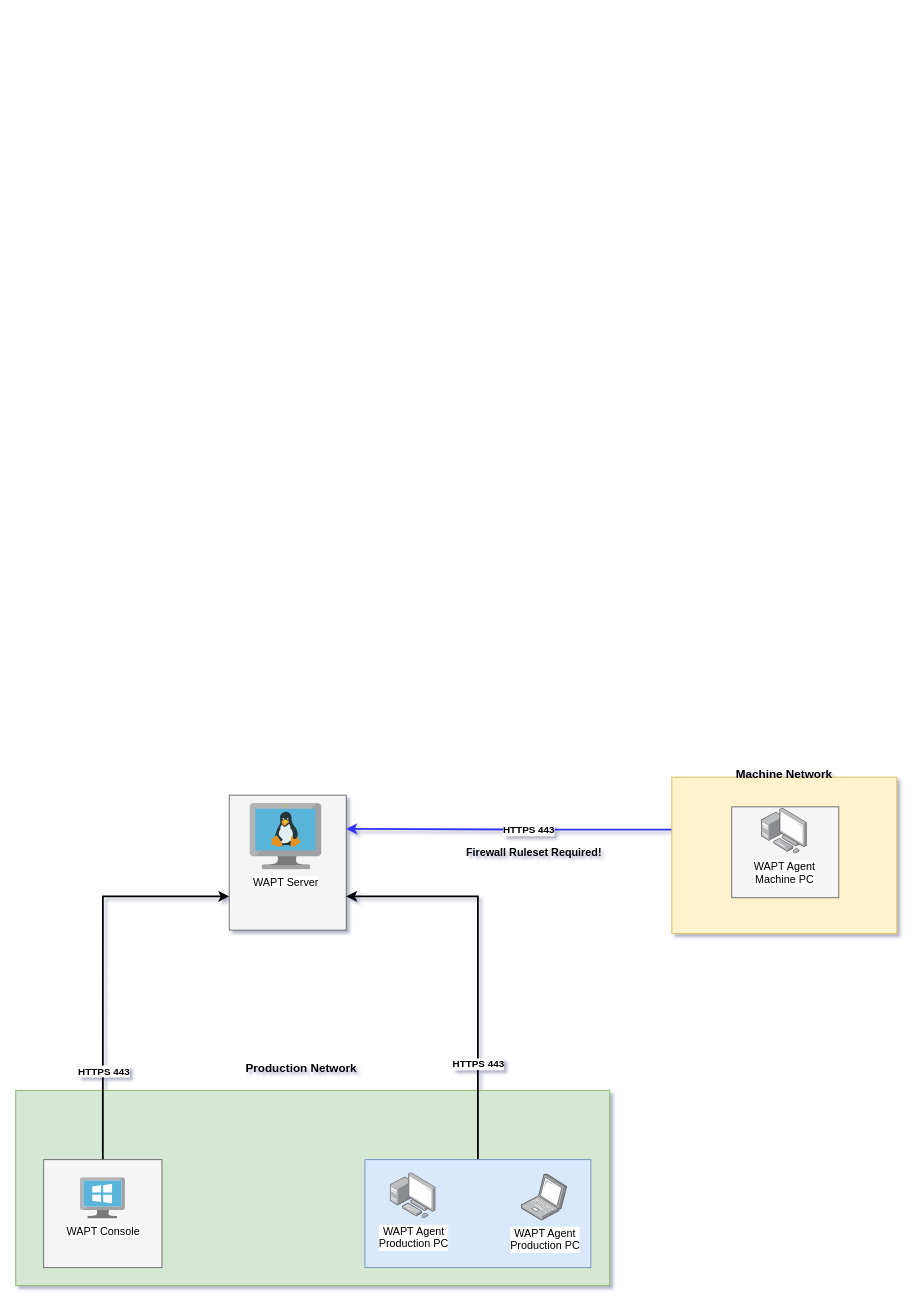
Earlier version of the draw.io diagram wapt console.drawio (iippam/proyek-01). Source tidied: cells renumbered, new cells numbered last; positions are measured from the earlier drawing's top-left corner, leaving out a move shared by most shapes. Both pictures are drawn from the tidied source at 90%, with x=0, y=0 at pixel (15, 760).
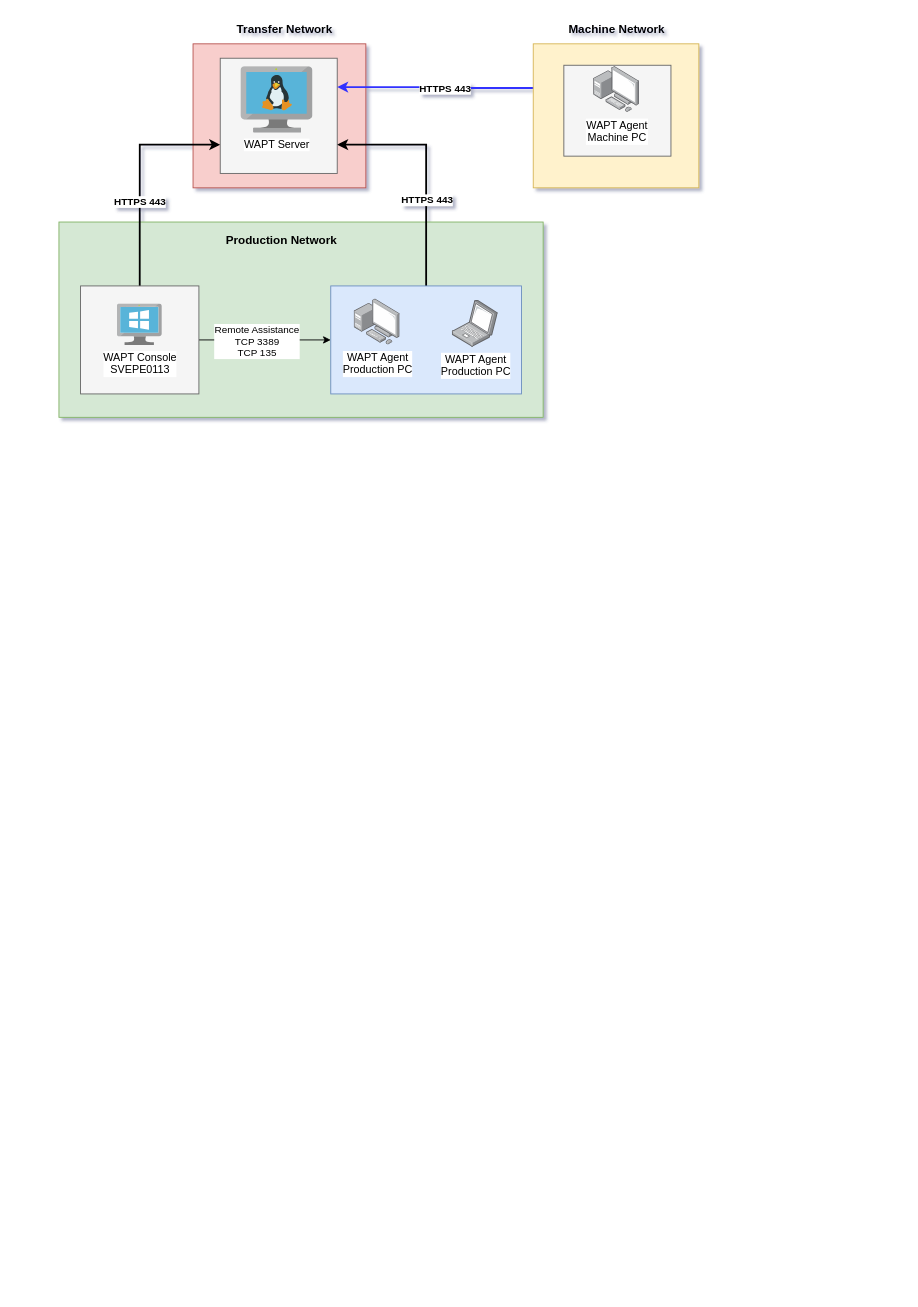
The same page after the edit.

Unchanged cells that the change refers to:
```xml
<mxCell id="3" style="edgeStyle=orthogonalEdgeStyle;rounded=0;jettySize=auto;html=1;exitX=0.5;exitY=0;exitDx=0;exitDy=0;entryX=0;entryY=0.75;entryDx=0;entryDy=0;strokeWidth=2;" parent="1" edge="1" source="5" target="6">
  <mxGeometry relative="1" as="geometry" />
</mxCell>
<mxCell id="10" style="edgeStyle=orthogonalEdgeStyle;rounded=0;jettySize=auto;html=1;exitX=0.5;exitY=0;exitDx=0;exitDy=0;entryX=1;entryY=0.75;entryDx=0;entryDy=0;strokeWidth=2;" parent="1" edge="1" source="12" target="6">
  <mxGeometry relative="1" as="geometry" />
</mxCell>
```

What changed in the source:
```diff
@@
+    <mxCell id="22" style="rounded=0;whiteSpace=wrap;html=1;fillColor=#f8cecc;strokeColor=#b85450;" parent="1" vertex="1">
+      <mxGeometry x="197" y="-795.8" width="192" height="160" as="geometry" />
+    </mxCell>
     <mxCell id="2" style="rounded=0;whiteSpace=wrap;html=1;fillColor=#d5e8d4;strokeColor=#82b366;" parent="1" vertex="1">
-      <mxGeometry y="367" width="660" height="217" as="geometry" />
+      <mxGeometry x="48" y="-597.8" width="538" height="217" as="geometry" />
     </mxCell>
@@
     <mxCell id="4" value="&lt;b&gt;HTTPS 443&lt;/b&gt;" style="edgeLabel;html=1;align=center;verticalAlign=middle;" parent="3" vertex="1">
       <mxGeometry x="-0.6" y="-2" relative="1" as="geometry">
-        <mxPoint x="-1" y="-12" as="offset" />
+        <mxPoint x="-2" y="-45" as="offset" />
       </mxGeometry>
     </mxCell>
+    <mxCell id="23" style="edgeStyle=orthogonalEdgeStyle;rounded=0;jettySize=auto;html=1;" parent="1" edge="1" source="5" target="12">
+      <mxGeometry relative="1" as="geometry" />
+    </mxCell>
+    <mxCell id="24" value="Remote Assistance&lt;div&gt;TCP 3389&lt;/div&gt;&lt;div&gt;TCP 135&lt;/div&gt;" style="edgeLabel;html=1;align=center;verticalAlign=middle;" parent="23" vertex="1">
+      <mxGeometry x="-0.12" y="-1" relative="1" as="geometry" />
+    </mxCell>
     <mxCell id="5" style="rounded=0;whiteSpace=wrap;html=1;fillColor=#f5f5f5;strokeColor=#666666;fontColor=#333333;" parent="1" vertex="1">
-      <mxGeometry x="31" y="444" width="131.5" height="120" as="geometry" />
+      <mxGeometry x="72" y="-526.8" width="131.5" height="120" as="geometry" />
     </mxCell>
     <mxCell id="6" style="rounded=0;whiteSpace=wrap;html=1;fillColor=#f5f5f5;strokeColor=#666666;fontColor=#333333;" parent="1" vertex="1">
-      <mxGeometry x="237.2" y="39" width="130" height="150" as="geometry" />
+      <mxGeometry x="227.2" y="-779.8" width="130" height="128" as="geometry" />
     </mxCell>
@@
     <mxCell id="9" style="rounded=0;whiteSpace=wrap;html=1;fillColor=#fff2cc;strokeColor=#d6b656;" parent="1" vertex="1">
-      <mxGeometry x="729" y="19" width="250" height="174" as="geometry" />
+      <mxGeometry x="575" y="-795.8" width="184" height="160" as="geometry" />
     </mxCell>
@@
     <mxCell id="11" value="&lt;b&gt;HTTPS 443&lt;/b&gt;" style="edgeLabel;html=1;align=center;verticalAlign=middle;" parent="10" vertex="1">
       <mxGeometry x="-0.43" y="1" relative="1" as="geometry">
-        <mxPoint x="1" y="18" as="offset" />
+        <mxPoint x="1" y="-23" as="offset" />
       </mxGeometry>
     </mxCell>
     <mxCell id="12" style="rounded=0;whiteSpace=wrap;html=1;fillColor=#dae8fc;strokeColor=#6c8ebf;" parent="1" vertex="1">
-      <mxGeometry x="388" y="444" width="251" height="120" as="geometry" />
+      <mxGeometry x="350" y="-526.8" width="212" height="120" as="geometry" />
     </mxCell>
     <mxCell id="13" value="&lt;div&gt;WAPT Agent&lt;/div&gt;&lt;div&gt;Production PC&lt;/div&gt;" style="sketch=0;shadow=0;dashed=0;html=1;strokeColor=none;fillColor=#00BEF2;labelPosition=center;verticalLabelPosition=bottom;verticalAlign=top;align=center;shape=image;labelBackgroundColor=default;image=img/lib/allied_telesis/computer_and_terminals/Laptop.svg;" parent="1" vertex="1">
-      <mxGeometry x="562" y="460" width="51" height="52" as="geometry" />
+      <mxGeometry x="485" y="-510.8" width="51" height="52" as="geometry" />
     </mxCell>
     <mxCell id="14" style="rounded=0;whiteSpace=wrap;html=1;fillColor=#f5f5f5;strokeColor=#666666;fontColor=#333333;" parent="1" vertex="1">
-      <mxGeometry x="795.5" y="52" width="119" height="101" as="geometry" />
+      <mxGeometry x="609" y="-772" width="119" height="101" as="geometry" />
     </mxCell>
     <mxCell id="15" value="&lt;b&gt;Machine Network&lt;/b&gt;" style="text;html=1;align=center;verticalAlign=middle;whiteSpace=wrap;rounded=0;fontSize=13;" parent="1" vertex="1">
-      <mxGeometry x="799" width="110" height="30" as="geometry" />
+      <mxGeometry x="612.5" y="-827" width="110" height="30" as="geometry" />
     </mxCell>
-    <mxCell id="16" value="&lt;div&gt;WAPT Console&lt;/div&gt;" style="image;sketch=0;html=1;align=center;fontSize=12;image=img/lib/mscae/VirtualMachineWindows.svg;" parent="1" vertex="1">
-      <mxGeometry x="71.8" y="464" width="50" height="46" as="geometry" />
+    <mxCell id="16" value="&lt;div&gt;WAPT Console&lt;/div&gt;&lt;div&gt;SVEPE0113&lt;/div&gt;" style="image;sketch=0;html=1;align=center;fontSize=12;image=img/lib/mscae/VirtualMachineWindows.svg;" parent="1" vertex="1">
+      <mxGeometry x="112.8" y="-506.8" width="50" height="46" as="geometry" />
     </mxCell>
     <mxCell id="17" value="WAPT Server" style="image;sketch=0;html=1;align=center;fontSize=12;image=img/lib/mscae/VM_Linux.svg;" parent="1" vertex="1">
-      <mxGeometry x="260.2" y="48.2" width="80" height="73.6" as="geometry" />
+      <mxGeometry x="250.2" y="-770.5" width="80" height="73.6" as="geometry" />
     </mxCell>
     <mxCell id="18" value="&lt;div&gt;&lt;span style=&quot;background-color: light-dark(#ffffff, var(--ge-dark-color, #121212)); color: light-dark(rgb(0, 0, 0), rgb(255, 255, 255));&quot;&gt;WAPT Agent&lt;/span&gt;&lt;/div&gt;&lt;div&gt;&lt;span style=&quot;background-color: light-dark(#ffffff, var(--ge-dark-color, #121212)); color: light-dark(rgb(0, 0, 0), rgb(255, 255, 255));&quot;&gt;Machine PC&lt;/span&gt;&lt;/div&gt;" style="sketch=0;shadow=0;dashed=0;html=1;strokeColor=none;fillColor=#00BEF2;labelPosition=center;verticalLabelPosition=bottom;verticalAlign=top;align=center;shape=image;labelBackgroundColor=default;image=img/lib/allied_telesis/computer_and_terminals/Personal_Computer_with_Server.svg;" parent="1" vertex="1">
-      <mxGeometry x="828.5" y="52.8" width="51" height="52" as="geometry" />
+      <mxGeometry x="642" y="-771.2" width="51" height="52" as="geometry" />
     </mxCell>
     <mxCell id="19" value="WAPT Agent&lt;div&gt;Production PC&lt;/div&gt;" style="sketch=0;shadow=0;dashed=0;html=1;strokeColor=none;fillColor=#00BEF2;labelPosition=center;verticalLabelPosition=bottom;verticalAlign=top;align=center;shape=image;labelBackgroundColor=default;image=img/lib/allied_telesis/computer_and_terminals/Personal_Computer_with_Server.svg;" parent="1" vertex="1">
-      <mxGeometry x="416" y="458" width="51" height="52" as="geometry" />
+      <mxGeometry x="376" y="-512.8" width="51" height="52" as="geometry" />
     </mxCell>
     <mxCell id="20" value="&lt;b&gt;Production Network&lt;/b&gt;" style="text;html=1;align=center;verticalAlign=middle;whiteSpace=wrap;rounded=0;fontSize=13;" parent="1" vertex="1">
-      <mxGeometry x="245.5" y="327" width="142.5" height="30" as="geometry" />
+      <mxGeometry x="223.5" y="-592.8" width="142.5" height="30" as="geometry" />
     </mxCell>
-    <mxCell id="21" value="&lt;div&gt;&lt;b&gt;Firewall Ruleset Required!&lt;/b&gt;&lt;/div&gt;" style="text;html=1;align=center;verticalAlign=middle;whiteSpace=wrap;rounded=0;" parent="1" vertex="1">
-      <mxGeometry x="486" y="87.5" width="180" height="30" as="geometry" />
-    </mxCell>
+    <mxCell id="25" value="&lt;b&gt;Transfer Network&lt;/b&gt;" style="text;html=1;align=center;verticalAlign=middle;whiteSpace=wrap;rounded=0;fontSize=13;" parent="1" vertex="1">
+      <mxGeometry x="243.8" y="-826.8" width="110" height="30" as="geometry" />
+    </mxCell>
```
